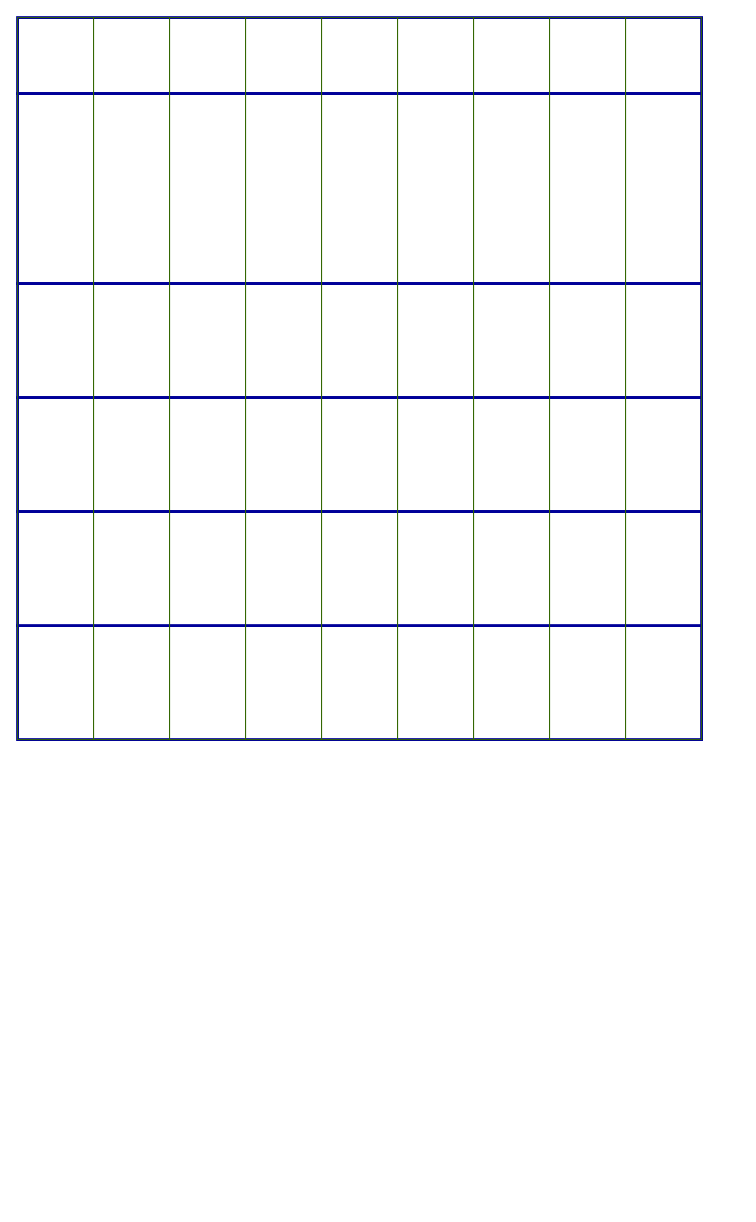
richruizv/platzi_master_startup keeps this draw.io diagram as propose.drawio. Above is the earlier version. Source tidied: cells renumbered, new cells numbered last; positions are measured from the earlier drawing's top-left corner, leaving out a move shared by most shapes. Both pictures are drawn from the tidied source at 95%, with x=0, y=0 at pixel (17, 17).
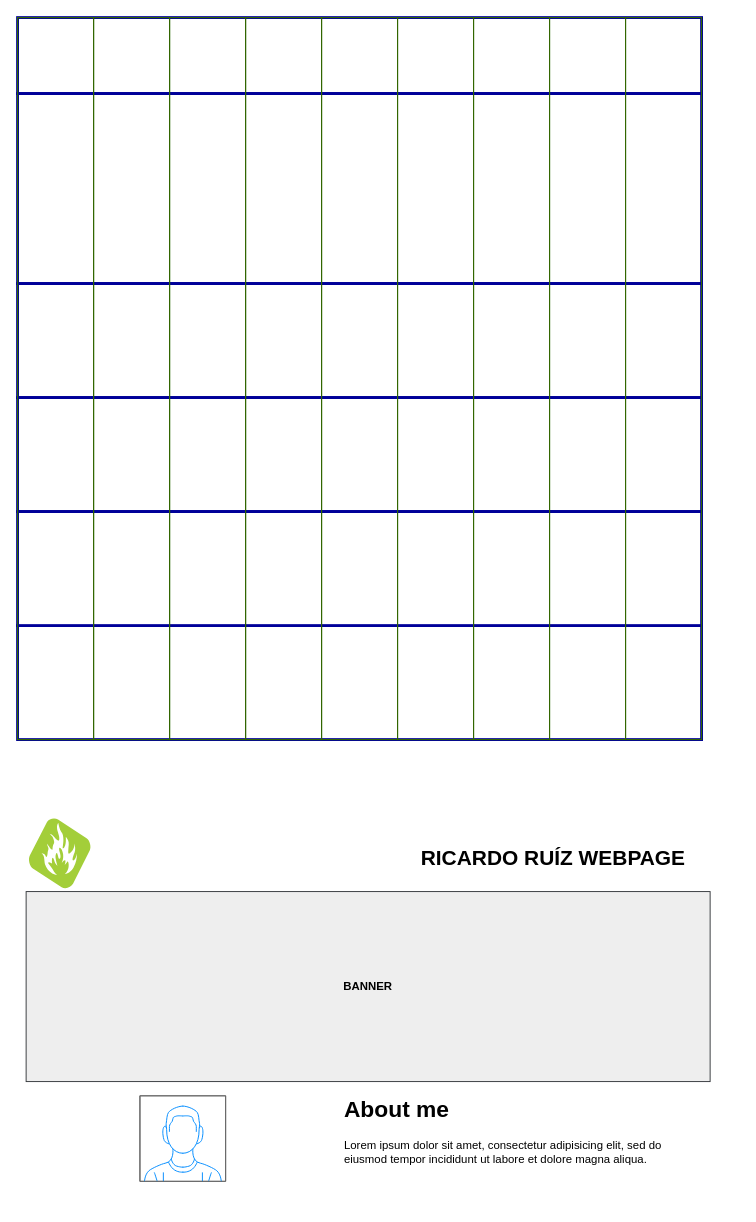
Above is the later version.

The change refers to these unchanged cells:
```xml
<mxCell id="2" style="group;" parent="1" vertex="1">
  <mxGeometry width="760" height="760" as="geometry" />
</mxCell>
```

What changed in the source:
```diff
@@
+    <mxCell id="16" style="rounded=0;whiteSpace=wrap;html=1;strokeColor=#336600;strokeWidth=1;fillColor=none;" parent="2" vertex="1">
+      <mxGeometry x="560" width="80" height="760" as="geometry" />
+    </mxCell>
+    <mxCell id="17" style="rounded=0;whiteSpace=wrap;html=1;strokeColor=#336600;strokeWidth=1;fillColor=none;" parent="2" vertex="1">
+      <mxGeometry x="640" width="80" height="760" as="geometry" />
+    </mxCell>
+    <mxCell id="18" style="group;" parent="2" vertex="1">
+      <mxGeometry width="720" height="760" as="geometry" />
+    </mxCell>
-    <mxCell id="9" style="rounded=0;whiteSpace=wrap;html=1;strokeColor=#336600;strokeWidth=1;fillColor=none;" parent="2" vertex="1">
+    <mxCell id="9" style="rounded=0;whiteSpace=wrap;html=1;strokeColor=#336600;strokeWidth=1;fillColor=none;" parent="18" vertex="1">
       <mxGeometry width="80" height="760" as="geometry" />
     </mxCell>
-    <mxCell id="10" style="rounded=0;whiteSpace=wrap;html=1;strokeColor=#336600;strokeWidth=1;fillColor=none;" parent="2" vertex="1">
+    <mxCell id="10" style="rounded=0;whiteSpace=wrap;html=1;strokeColor=#336600;strokeWidth=1;fillColor=none;" parent="18" vertex="1">
       <mxGeometry x="80" width="80" height="760" as="geometry" />
     </mxCell>
-    <mxCell id="11" style="rounded=0;whiteSpace=wrap;html=1;strokeColor=#336600;strokeWidth=1;fillColor=none;" parent="2" vertex="1">
+    <mxCell id="11" style="rounded=0;whiteSpace=wrap;html=1;strokeColor=#336600;strokeWidth=1;fillColor=none;" parent="18" vertex="1">
       <mxGeometry x="160" width="80" height="760" as="geometry" />
     </mxCell>
-    <mxCell id="12" style="rounded=0;whiteSpace=wrap;html=1;strokeColor=#336600;strokeWidth=1;fillColor=none;" parent="2" vertex="1">
+    <mxCell id="12" style="rounded=0;whiteSpace=wrap;html=1;strokeColor=#336600;strokeWidth=1;fillColor=none;" parent="18" vertex="1">
       <mxGeometry x="240" width="80" height="760" as="geometry" />
     </mxCell>
-    <mxCell id="13" style="rounded=0;whiteSpace=wrap;html=1;strokeColor=#336600;strokeWidth=1;fillColor=none;" parent="2" vertex="1">
+    <mxCell id="13" style="rounded=0;whiteSpace=wrap;html=1;strokeColor=#336600;strokeWidth=1;fillColor=none;" parent="18" vertex="1">
       <mxGeometry x="320" width="80" height="760" as="geometry" />
     </mxCell>
-    <mxCell id="14" style="rounded=0;whiteSpace=wrap;html=1;strokeColor=#336600;strokeWidth=1;fillColor=none;" parent="2" vertex="1">
+    <mxCell id="14" style="rounded=0;whiteSpace=wrap;html=1;strokeColor=#336600;strokeWidth=1;fillColor=none;" parent="18" vertex="1">
       <mxGeometry x="400" width="80" height="760" as="geometry" />
     </mxCell>
-    <mxCell id="15" style="rounded=0;whiteSpace=wrap;html=1;strokeColor=#336600;strokeWidth=1;fillColor=none;" parent="2" vertex="1">
+    <mxCell id="15" style="rounded=0;whiteSpace=wrap;html=1;strokeColor=#336600;strokeWidth=1;fillColor=none;" parent="18" vertex="1">
       <mxGeometry x="480" width="80" height="760" as="geometry" />
     </mxCell>
-    <mxCell id="16" style="rounded=0;whiteSpace=wrap;html=1;strokeColor=#336600;strokeWidth=1;fillColor=none;" parent="2" vertex="1">
-      <mxGeometry x="560" width="80" height="760" as="geometry" />
-    </mxCell>
-    <mxCell id="17" style="rounded=0;whiteSpace=wrap;html=1;strokeColor=#336600;strokeWidth=1;fillColor=none;" parent="2" vertex="1">
-      <mxGeometry x="640" width="80" height="760" as="geometry" />
-    </mxCell>
+    <mxCell id="19" style="rounded=0;whiteSpace=wrap;html=1;strokeColor=#336600;strokeWidth=1;fillColor=none;" parent="18" vertex="1">
+      <mxGeometry x="80" width="80" height="760" as="geometry" />
+    </mxCell>
+    <mxCell id="20" style="rounded=0;whiteSpace=wrap;html=1;strokeColor=#336600;strokeWidth=1;fillColor=none;" parent="18" vertex="1">
+      <mxGeometry width="80" height="760" as="geometry" />
+    </mxCell>
+    <mxCell id="21" style="rounded=0;whiteSpace=wrap;html=1;strokeColor=#336600;strokeWidth=1;fillColor=none;" parent="18" vertex="1">
+      <mxGeometry x="160" width="80" height="760" as="geometry" />
+    </mxCell>
+    <mxCell id="22" style="rounded=0;whiteSpace=wrap;html=1;strokeColor=#336600;strokeWidth=1;fillColor=none;" parent="18" vertex="1">
+      <mxGeometry x="240" width="80" height="760" as="geometry" />
+    </mxCell>
+    <mxCell id="23" style="group;" parent="18" vertex="1">
+      <mxGeometry width="720" height="760" as="geometry" />
+    </mxCell>
+    <mxCell id="24" style="rounded=0;whiteSpace=wrap;html=1;strokeColor=#336600;strokeWidth=1;fillColor=none;" parent="23" vertex="1">
+      <mxGeometry x="640" width="80" height="760" as="geometry" />
+    </mxCell>
+    <mxCell id="25" style="rounded=0;whiteSpace=wrap;html=1;strokeColor=#336600;strokeWidth=1;fillColor=none;" parent="23" vertex="1">
+      <mxGeometry x="560" width="80" height="760" as="geometry" />
+    </mxCell>
+    <mxCell id="26" style="rounded=0;whiteSpace=wrap;html=1;strokeColor=#336600;strokeWidth=1;fillColor=none;" parent="23" vertex="1">
+      <mxGeometry x="80" width="80" height="760" as="geometry" />
+    </mxCell>
+    <mxCell id="27" style="rounded=0;whiteSpace=wrap;html=1;strokeColor=#336600;strokeWidth=1;fillColor=none;" parent="23" vertex="1">
+      <mxGeometry width="80" height="760" as="geometry" />
+    </mxCell>
+    <mxCell id="28" style="rounded=0;whiteSpace=wrap;html=1;strokeColor=#336600;strokeWidth=1;fillColor=none;" parent="23" vertex="1">
+      <mxGeometry x="160" width="80" height="760" as="geometry" />
+    </mxCell>
+    <mxCell id="29" style="rounded=0;whiteSpace=wrap;html=1;strokeColor=#336600;strokeWidth=1;fillColor=none;" parent="23" vertex="1">
+      <mxGeometry x="240" width="80" height="760" as="geometry" />
+    </mxCell>
+    <mxCell id="30" style="rounded=0;whiteSpace=wrap;html=1;strokeColor=#336600;strokeWidth=1;fillColor=none;" parent="23" vertex="1">
+      <mxGeometry x="320" width="80" height="760" as="geometry" />
+    </mxCell>
+    <mxCell id="31" style="rounded=0;whiteSpace=wrap;html=1;strokeColor=#336600;strokeWidth=1;fillColor=none;" parent="23" vertex="1">
+      <mxGeometry x="480" width="80" height="760" as="geometry" />
+    </mxCell>
+    <mxCell id="32" style="rounded=0;whiteSpace=wrap;html=1;strokeColor=#336600;strokeWidth=1;fillColor=none;" parent="23" vertex="1">
+      <mxGeometry x="400" width="80" height="760" as="geometry" />
+    </mxCell>
+    <mxCell id="33" value="&lt;h1&gt;About me&lt;/h1&gt;&lt;p&gt;Lorem ipsum dolor sit amet, consectetur adipisicing elit, sed do eiusmod tempor incididunt ut labore et dolore magna aliqua.&lt;/p&gt;" style="text;html=1;strokeColor=none;fillColor=none;spacing=5;spacingTop=-20;whiteSpace=wrap;overflow=hidden;rounded=0;labelBackgroundColor=none;" parent="1" vertex="1">
+      <mxGeometry x="339" y="1130" width="370" height="120" as="geometry" />
+    </mxCell>
+    <mxCell id="34" style="verticalLabelPosition=bottom;shadow=0;dashed=0;align=center;html=1;verticalAlign=top;strokeWidth=1;shape=mxgraph.mockup.containers.userMale;strokeColor=#666666;strokeColor2=#008cff;fillColor=none;" parent="1" vertex="1">
+      <mxGeometry x="129" y="1135" width="90" height="90" as="geometry" />
+    </mxCell>
+    <mxCell id="35" value="&lt;b&gt;BANNER&lt;/b&gt;" style="rounded=0;whiteSpace=wrap;html=1;strokeColor=#36393d;strokeWidth=1;fillColor=#eeeeee;labelBackgroundColor=none;" parent="1" vertex="1">
+      <mxGeometry x="9" y="920" width="720" height="200" as="geometry" />
+    </mxCell>
+    <mxCell id="36" style="dashed=0;html=1;align=center;labelPosition=center;verticalLabelPosition=bottom;verticalAlign=top;shape=mxgraph.weblogos.adfty;fillColor=#66E8F3;gradientColor=#1C7CBA;labelBackgroundColor=none;strokeColor=#336600;strokeWidth=1;" parent="1" vertex="1">
+      <mxGeometry x="9" y="840" width="70" height="80" as="geometry" />
+    </mxCell>
+    <mxCell id="37" value="RICARDO RUÍZ WEBPAGE" style="text;html=1;strokeColor=none;fillColor=none;align=center;verticalAlign=middle;whiteSpace=wrap;rounded=0;fontSize=22;fontStyle=1;" parent="1" vertex="1">
+      <mxGeometry x="419" y="850" width="290" height="72" as="geometry" />
+    </mxCell>
```
